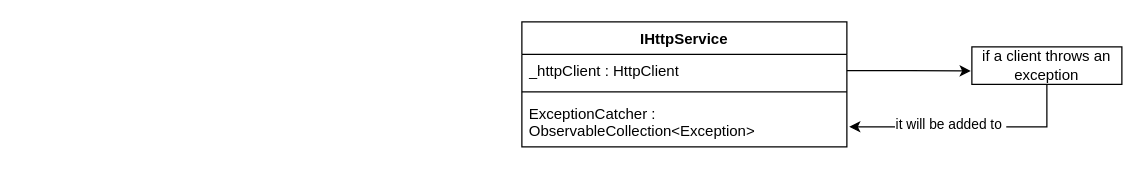
Earlier version of the draw.io diagram diagrams/HttpClientHandler.drawio (Azero77/QuizApp). Source tidied: cells renumbered, new cells numbered last; positions are measured from the earlier drawing's top-left corner, leaving out a move shared by most shapes. Both pictures are drawn from the tidied source at 125%, with x=0, y=0 at pixel (521, 21).
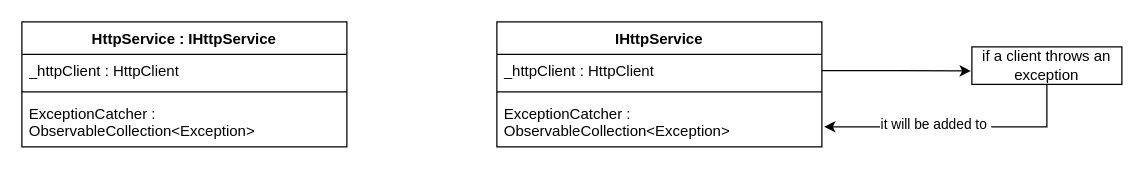
Above is the later version.

Change to the diagram source:
```diff
@@
 <mxGraphModel>
   <root>
     <mxCell id="0" />
     <mxCell id="1" parent="0" />
     <mxCell id="2" value="IHttpService" style="swimlane;fontStyle=1;align=center;verticalAlign=top;horizontal=1;startSize=26;whiteSpace=wrap;html=1;" parent="1" vertex="1">
-      <mxGeometry width="260" height="100" as="geometry" />
+      <mxGeometry x="-20" width="260" height="100" as="geometry" />
     </mxCell>
     <mxCell id="3" value="_httpClient : HttpClient" style="text;strokeColor=none;fillColor=none;align=left;verticalAlign=top;spacingLeft=4;spacingRight=4;overflow=hidden;points=[[0,0.5],[1,0.5]];portConstraint=eastwest;whiteSpace=wrap;html=1;" parent="2" vertex="1">
       <mxGeometry y="26" width="260" height="26" as="geometry" />
     </mxCell>
     <mxCell id="4" style="line;strokeWidth=1;fillColor=none;align=left;verticalAlign=middle;spacingTop=-1;spacingLeft=3;spacingRight=3;labelPosition=right;strokeColor=inherit;" parent="2" vertex="1">
       <mxGeometry y="52" width="260" height="8" as="geometry" />
     </mxCell>
     <mxCell id="5" value="ExceptionCatcher : ObservableCollection&amp;lt;Exception&amp;gt;" style="text;strokeColor=none;fillColor=none;align=left;verticalAlign=top;spacingLeft=4;spacingRight=4;overflow=hidden;points=[[0,0.5],[1,0.5]];portConstraint=eastwest;whiteSpace=wrap;html=1;" parent="2" vertex="1">
       <mxGeometry y="60" width="260" height="40" as="geometry" />
     </mxCell>
     <mxCell id="6" value="if a client throws an exception" style="rounded=0;whiteSpace=wrap;html=1;" parent="1" vertex="1">
       <mxGeometry x="360" y="20" width="120" height="30" as="geometry" />
     </mxCell>
     <mxCell id="7" style="edgeStyle=orthogonalEdgeStyle;rounded=0;jettySize=auto;html=1;entryX=-0.007;entryY=0.642;entryDx=0;entryDy=0;entryPerimeter=0;" parent="1" edge="1" source="3" target="6">
       <mxGeometry relative="1" as="geometry" />
     </mxCell>
     <mxCell id="8" style="edgeStyle=orthogonalEdgeStyle;rounded=0;jettySize=auto;html=1;entryX=1.007;entryY=0.599;entryDx=0;entryDy=0;entryPerimeter=0;" parent="1" edge="1" source="6" target="5">
       <mxGeometry relative="1" as="geometry" />
     </mxCell>
     <mxCell id="9" value="it will be added to&amp;nbsp;" style="edgeLabel;html=1;align=center;verticalAlign=middle;" parent="8" vertex="1">
       <mxGeometry x="0.17" y="-2" relative="1" as="geometry" />
     </mxCell>
+    <mxCell id="10" value="HttpService : IHttpService" style="swimlane;fontStyle=1;align=center;verticalAlign=top;horizontal=1;startSize=26;whiteSpace=wrap;html=1;" parent="1" vertex="1">
+      <mxGeometry x="-400" width="260" height="100" as="geometry" />
+    </mxCell>
+    <mxCell id="11" value="_httpClient : HttpClient" style="text;strokeColor=none;fillColor=none;align=left;verticalAlign=top;spacingLeft=4;spacingRight=4;overflow=hidden;whiteSpace=wrap;html=1;" parent="10" vertex="1">
+      <mxGeometry y="26" width="260" height="26" as="geometry" />
+    </mxCell>
+    <mxCell id="12" style="line;strokeWidth=1;fillColor=none;align=left;verticalAlign=middle;spacingTop=-1;spacingLeft=3;spacingRight=3;labelPosition=right;strokeColor=inherit;" parent="10" vertex="1">
+      <mxGeometry y="52" width="260" height="8" as="geometry" />
+    </mxCell>
+    <mxCell id="13" value="ExceptionCatcher : ObservableCollection&amp;lt;Exception&amp;gt;" style="text;strokeColor=none;fillColor=none;align=left;verticalAlign=top;spacingLeft=4;spacingRight=4;overflow=hidden;whiteSpace=wrap;html=1;" parent="10" vertex="1">
+      <mxGeometry y="60" width="260" height="40" as="geometry" />
+    </mxCell>
   </root>
 </mxGraphModel>
```
